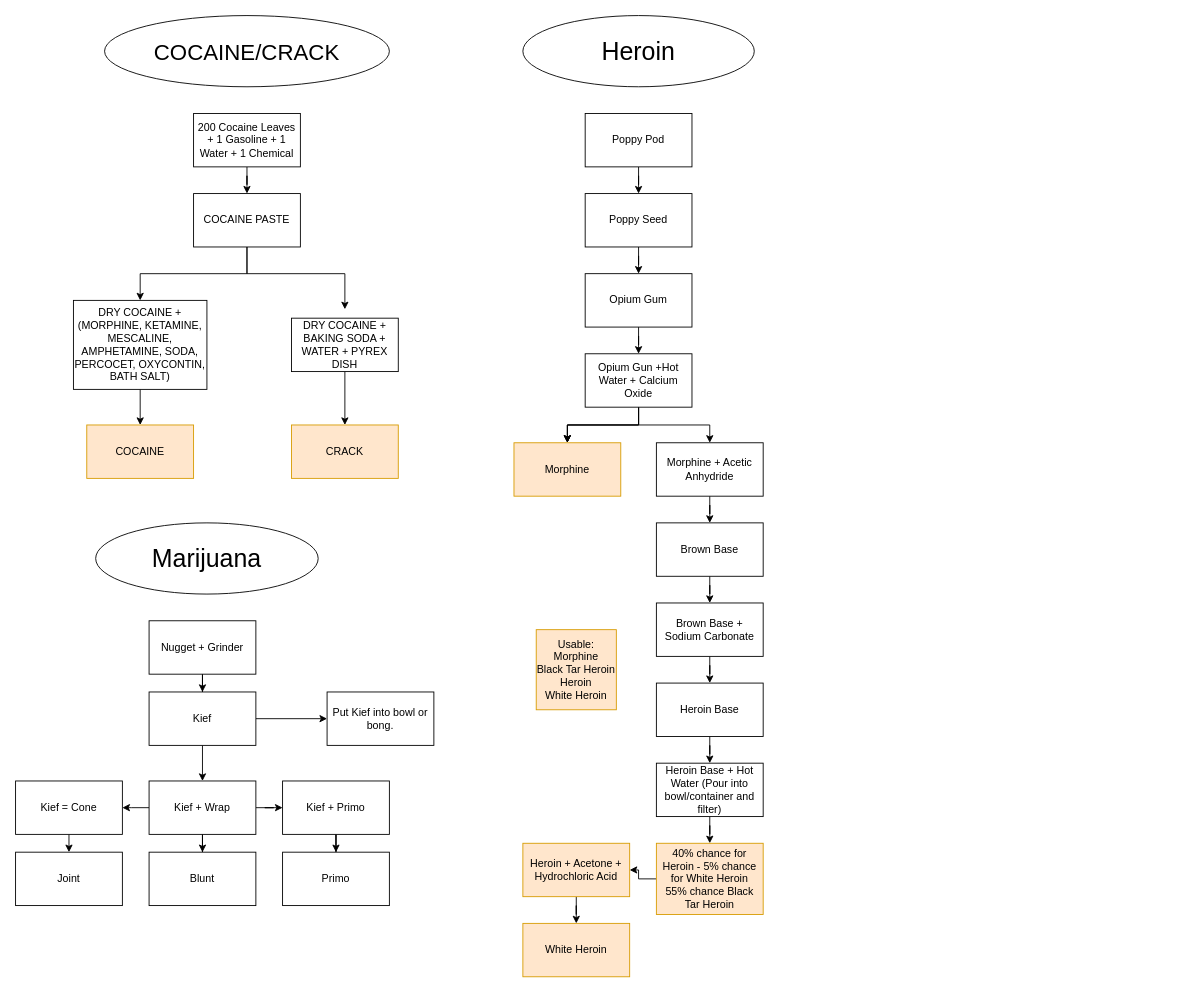
Above: Untitled Diagram.drawio in kloudxmurder/flowchart (draw.io), before the change. Source tidied: cells renumbered, new cells numbered last; positions are measured from the earlier drawing's top-left corner, leaving out a move shared by most shapes. Both pictures are drawn from the tidied source at 89%, with x=0, y=0 at pixel (15, 15).
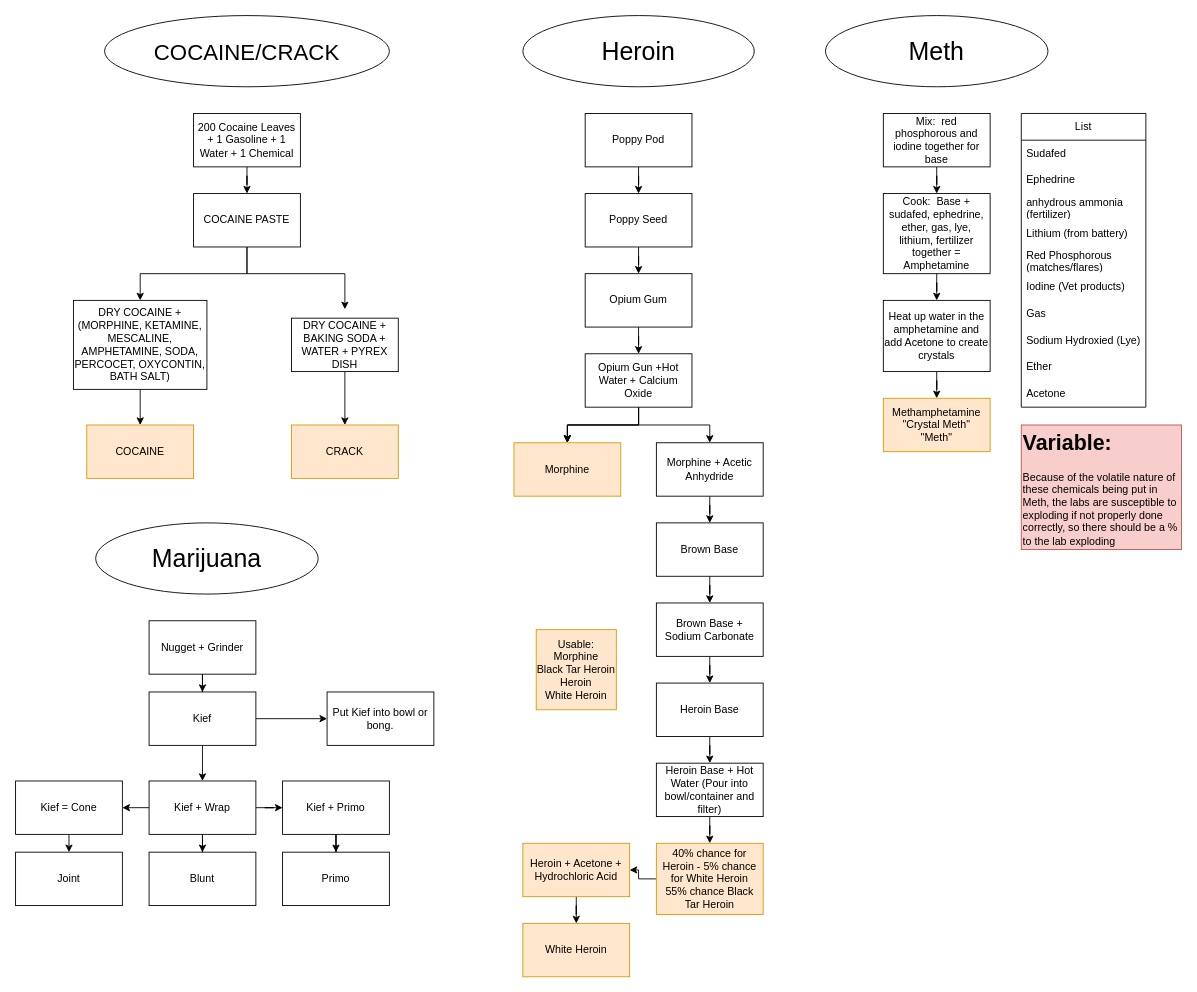
The same page after the edit.

What changed in the source:
```diff
@@
+    <mxCell id="61" value="&lt;font style=&quot;font-size: 28px;&quot;&gt;Meth&lt;/font&gt;" style="ellipse;whiteSpace=wrap;html=1;" parent="1" vertex="1">
+      <mxGeometry x="910" width="250" height="80" as="geometry" />
+    </mxCell>
+    <mxCell id="62" style="edgeStyle=orthogonalEdgeStyle;rounded=0;jettySize=auto;html=1;" parent="1" edge="1" source="63" target="76">
+      <mxGeometry relative="1" as="geometry" />
+    </mxCell>
+    <mxCell id="63" value="Mix:&amp;nbsp; red phosphorous and iodine together for base" style="rounded=0;whiteSpace=wrap;html=1;" parent="1" vertex="1">
+      <mxGeometry x="975" y="110" width="120" height="60" as="geometry" />
+    </mxCell>
+    <mxCell id="64" value="List" style="swimlane;fontStyle=0;horizontal=1;startSize=30;whiteSpace=wrap;html=1;" parent="1" vertex="1">
+      <mxGeometry x="1130" y="110" width="140" height="330" as="geometry" />
+    </mxCell>
+    <mxCell id="65" value="Sudafed" style="text;strokeColor=none;fillColor=none;align=left;verticalAlign=middle;spacingLeft=4;spacingRight=4;overflow=hidden;whiteSpace=wrap;html=1;" parent="64" vertex="1">
+      <mxGeometry y="30" width="140" height="30" as="geometry" />
+    </mxCell>
+    <mxCell id="66" value="Ephedrine" style="text;strokeColor=none;fillColor=none;align=left;verticalAlign=middle;spacingLeft=4;spacingRight=4;overflow=hidden;whiteSpace=wrap;html=1;" parent="64" vertex="1">
+      <mxGeometry y="60" width="140" height="30" as="geometry" />
+    </mxCell>
+    <mxCell id="67" value="&lt;div&gt;anhydrous ammonia (fertilizer)&lt;/div&gt;" style="text;strokeColor=none;fillColor=none;align=left;verticalAlign=middle;spacingLeft=4;spacingRight=4;overflow=hidden;whiteSpace=wrap;html=1;" parent="64" vertex="1">
+      <mxGeometry y="90" width="140" height="30" as="geometry" />
+    </mxCell>
+    <mxCell id="68" value="&lt;div&gt;Lithium (from battery)&lt;/div&gt;" style="text;strokeColor=none;fillColor=none;align=left;verticalAlign=middle;spacingLeft=4;spacingRight=4;overflow=hidden;whiteSpace=wrap;html=1;" parent="64" vertex="1">
+      <mxGeometry y="120" width="140" height="30" as="geometry" />
+    </mxCell>
+    <mxCell id="69" value="&lt;div&gt;Red Phosphorous (matches/flares)&lt;/div&gt;" style="text;strokeColor=none;fillColor=none;align=left;verticalAlign=middle;spacingLeft=4;spacingRight=4;overflow=hidden;whiteSpace=wrap;html=1;" parent="64" vertex="1">
+      <mxGeometry y="150" width="140" height="30" as="geometry" />
+    </mxCell>
+    <mxCell id="70" value="&lt;div&gt;Iodine (Vet products)&lt;/div&gt;" style="text;strokeColor=none;fillColor=none;align=left;verticalAlign=middle;spacingLeft=4;spacingRight=4;overflow=hidden;whiteSpace=wrap;html=1;" parent="64" vertex="1">
+      <mxGeometry y="180" width="140" height="30" as="geometry" />
+    </mxCell>
+    <mxCell id="71" value="&lt;div&gt;Gas&lt;/div&gt;" style="text;strokeColor=none;fillColor=none;align=left;verticalAlign=middle;spacingLeft=4;spacingRight=4;overflow=hidden;whiteSpace=wrap;html=1;" parent="64" vertex="1">
+      <mxGeometry y="210" width="140" height="30" as="geometry" />
+    </mxCell>
+    <mxCell id="72" value="&lt;div&gt;Sodium Hydroxied (Lye)&lt;/div&gt;" style="text;strokeColor=none;fillColor=none;align=left;verticalAlign=middle;spacingLeft=4;spacingRight=4;overflow=hidden;whiteSpace=wrap;html=1;" parent="64" vertex="1">
+      <mxGeometry y="240" width="140" height="30" as="geometry" />
+    </mxCell>
+    <mxCell id="73" value="&lt;div&gt;Ether&lt;/div&gt;" style="text;strokeColor=none;fillColor=none;align=left;verticalAlign=middle;spacingLeft=4;spacingRight=4;overflow=hidden;whiteSpace=wrap;html=1;" parent="64" vertex="1">
+      <mxGeometry y="270" width="140" height="30" as="geometry" />
+    </mxCell>
+    <mxCell id="74" value="&lt;div&gt;Acetone&lt;/div&gt;" style="text;strokeColor=none;fillColor=none;align=left;verticalAlign=middle;spacingLeft=4;spacingRight=4;overflow=hidden;whiteSpace=wrap;html=1;" parent="64" vertex="1">
+      <mxGeometry y="300" width="140" height="30" as="geometry" />
+    </mxCell>
+    <mxCell id="75" style="edgeStyle=orthogonalEdgeStyle;rounded=0;jettySize=auto;html=1;" parent="1" edge="1" source="76" target="78">
+      <mxGeometry relative="1" as="geometry" />
+    </mxCell>
+    <mxCell id="76" value="Cook:&amp;nbsp; Base + sudafed, ephedrine, ether, gas, lye, lithium, fertilizer together = Amphetamine" style="whiteSpace=wrap;html=1;rounded=0;" parent="1" vertex="1">
+      <mxGeometry x="975" y="200" width="120" height="90" as="geometry" />
+    </mxCell>
+    <mxCell id="77" style="edgeStyle=orthogonalEdgeStyle;rounded=0;jettySize=auto;html=1;" parent="1" edge="1" source="78" target="79">
+      <mxGeometry relative="1" as="geometry" />
+    </mxCell>
+    <mxCell id="78" value="Heat up water in the amphetamine and add Acetone to create crystals" style="whiteSpace=wrap;html=1;rounded=0;" parent="1" vertex="1">
+      <mxGeometry x="975" y="320" width="120" height="80" as="geometry" />
+    </mxCell>
+    <mxCell id="79" value="Methamphetamine&lt;div&gt;&quot;Crystal Meth&quot;&lt;/div&gt;&lt;div&gt;&quot;Meth&quot;&lt;/div&gt;" style="whiteSpace=wrap;html=1;rounded=0;fillColor=#ffe6cc;strokeColor=#d79b00;" parent="1" vertex="1">
+      <mxGeometry x="975" y="430" width="120" height="60" as="geometry" />
+    </mxCell>
+    <mxCell id="80" value="&lt;h1 style=&quot;margin-top: 0px;&quot;&gt;Variable:&lt;/h1&gt;&lt;p&gt;Because of the volatile nature of these chemicals being put in Meth, the labs are susceptible to exploding if not properly done correctly, so there should be a % to the lab exploding&lt;/p&gt;" style="text;html=1;whiteSpace=wrap;overflow=hidden;rounded=0;fillColor=#f8cecc;strokeColor=#b85450;" parent="1" vertex="1">
+      <mxGeometry x="1130" y="460" width="180" height="140" as="geometry" />
+    </mxCell>
```
